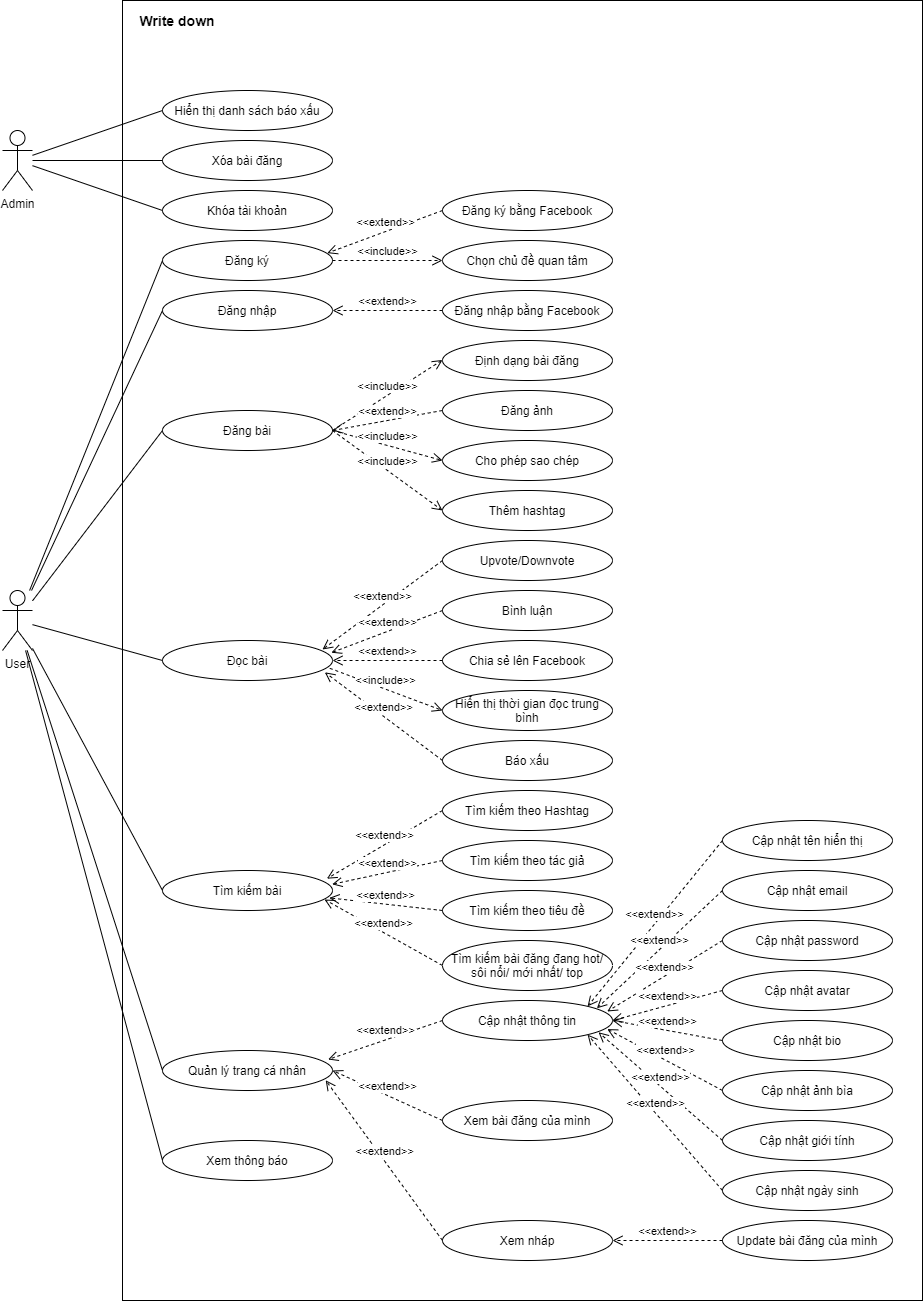
The draw.io diagram use_case/write_down.png in nghialuffy/write_down_project, before a commit. Source tidied: cells renumbered, new cells last; positions are measured from the earlier drawing's top-left corner, leaving out a move shared by most shapes.
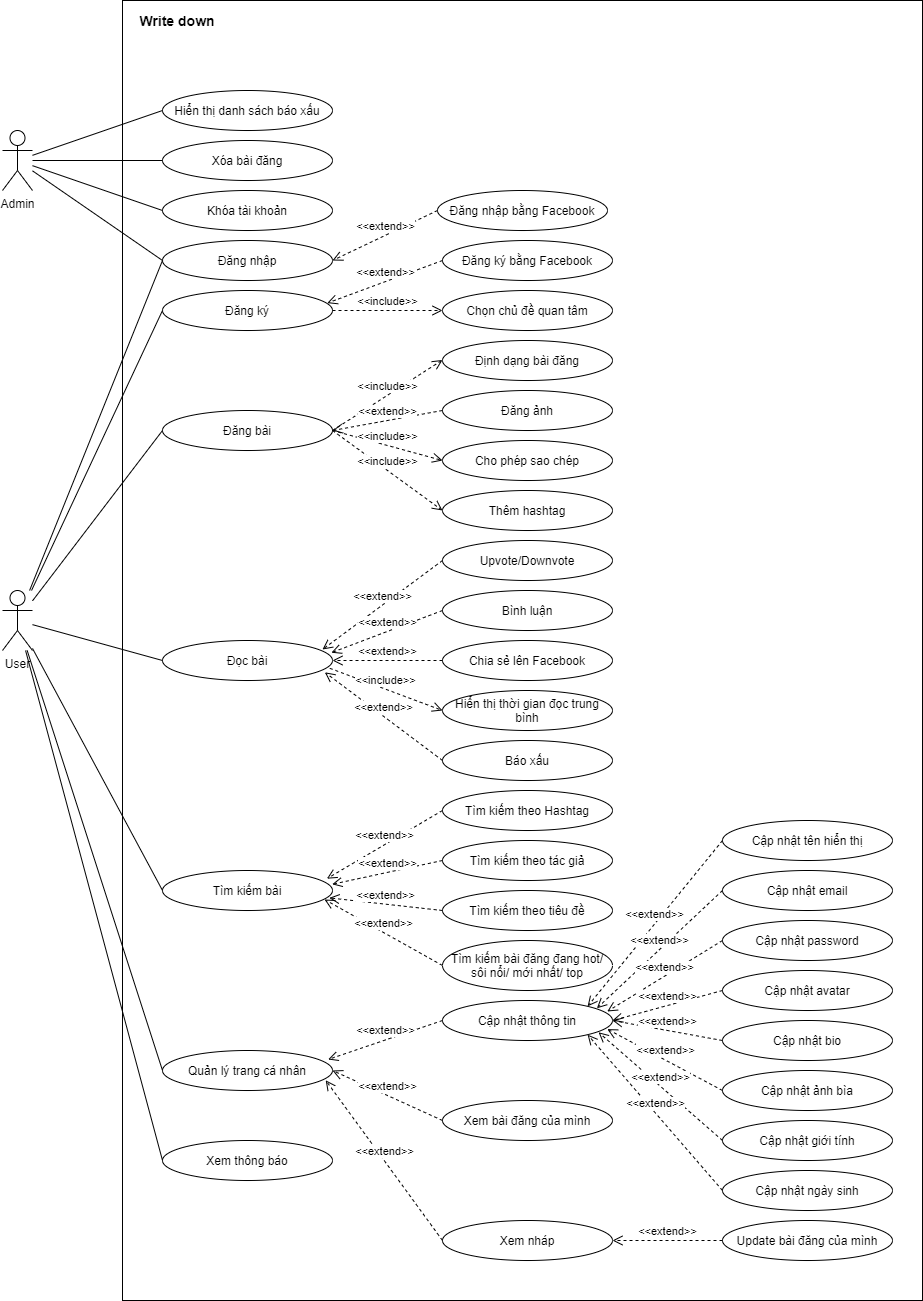
After the change.

What changed in the source:
```diff
@@ -21,25 +21,25 @@
       <mxGeometry y="590" width="30" height="60" as="geometry" />
     </mxCell>
     <mxCell id="8" value="Đăng ký" style="ellipse;whiteSpace=wrap;html=1;" parent="1" vertex="1">
-      <mxGeometry x="160" y="240" width="170" height="40" as="geometry" />
+      <mxGeometry x="160" y="290" width="170" height="40" as="geometry" />
     </mxCell>
     <mxCell id="9" value="Đăng ký bằng Facebook" style="ellipse;whiteSpace=wrap;html=1;" parent="1" vertex="1">
-      <mxGeometry x="440" y="190" width="170" height="40" as="geometry" />
+      <mxGeometry x="440" y="240" width="170" height="40" as="geometry" />
     </mxCell>
     <mxCell id="10" value="&amp;lt;&amp;lt;extend&amp;gt;&amp;gt;" style="html=1;verticalAlign=bottom;endArrow=open;dashed=1;endSize=8;entryX=0.969;entryY=0.315;entryDx=0;entryDy=0;entryPerimeter=0;exitX=0;exitY=0.5;exitDx=0;exitDy=0;" parent="1" edge="1" source="9" target="8">
       <mxGeometry relative="1" as="geometry" />
     </mxCell>
     <mxCell id="11" value="Chọn chủ đề quan tâm" style="ellipse;whiteSpace=wrap;html=1;" parent="1" vertex="1">
-      <mxGeometry x="440" y="240" width="170" height="40" as="geometry" />
+      <mxGeometry x="440" y="290" width="170" height="40" as="geometry" />
     </mxCell>
     <mxCell id="12" value="&amp;lt;&amp;lt;include&amp;gt;&amp;gt;" style="html=1;verticalAlign=bottom;endArrow=open;dashed=1;endSize=8;exitX=1;exitY=0.5;exitDx=0;exitDy=0;entryX=0;entryY=0.5;entryDx=0;entryDy=0;" parent="1" edge="1" source="8" target="11">
       <mxGeometry relative="1" as="geometry" />
     </mxCell>
     <mxCell id="13" value="Đăng nhập" style="ellipse;whiteSpace=wrap;html=1;" parent="1" vertex="1">
-      <mxGeometry x="160" y="290" width="170" height="40" as="geometry" />
+      <mxGeometry x="160" y="240" width="170" height="40" as="geometry" />
     </mxCell>
     <mxCell id="14" value="Đăng nhập bằng Facebook" style="ellipse;whiteSpace=wrap;html=1;" parent="1" vertex="1">
-      <mxGeometry x="440" y="290" width="170" height="40" as="geometry" />
+      <mxGeometry x="435" y="190" width="170" height="40" as="geometry" />
     </mxCell>
     <mxCell id="15" value="&amp;lt;&amp;lt;extend&amp;gt;&amp;gt;" style="html=1;verticalAlign=bottom;endArrow=open;dashed=1;endSize=8;entryX=1;entryY=0.5;entryDx=0;entryDy=0;exitX=0;exitY=0.5;exitDx=0;exitDy=0;" parent="1" edge="1" source="14" target="13">
       <mxGeometry relative="1" as="geometry" />
@@ -244,5 +244,8 @@
     <mxCell id="81" value="Write down" style="text;html=1;strokeColor=none;fillColor=none;align=center;verticalAlign=middle;whiteSpace=wrap;rounded=0;fontStyle=1;fontSize=14;" parent="1" vertex="1">
       <mxGeometry x="130" y="10" width="90" height="20" as="geometry" />
     </mxCell>
+    <mxCell id="82" style="endArrow=none;html=1;entryX=0;entryY=0.5;entryDx=0;entryDy=0;" parent="1" edge="1" source="3" target="13">
+      <mxGeometry relative="1" as="geometry" />
+    </mxCell>
   </root>
 </mxGraphModel>
```
